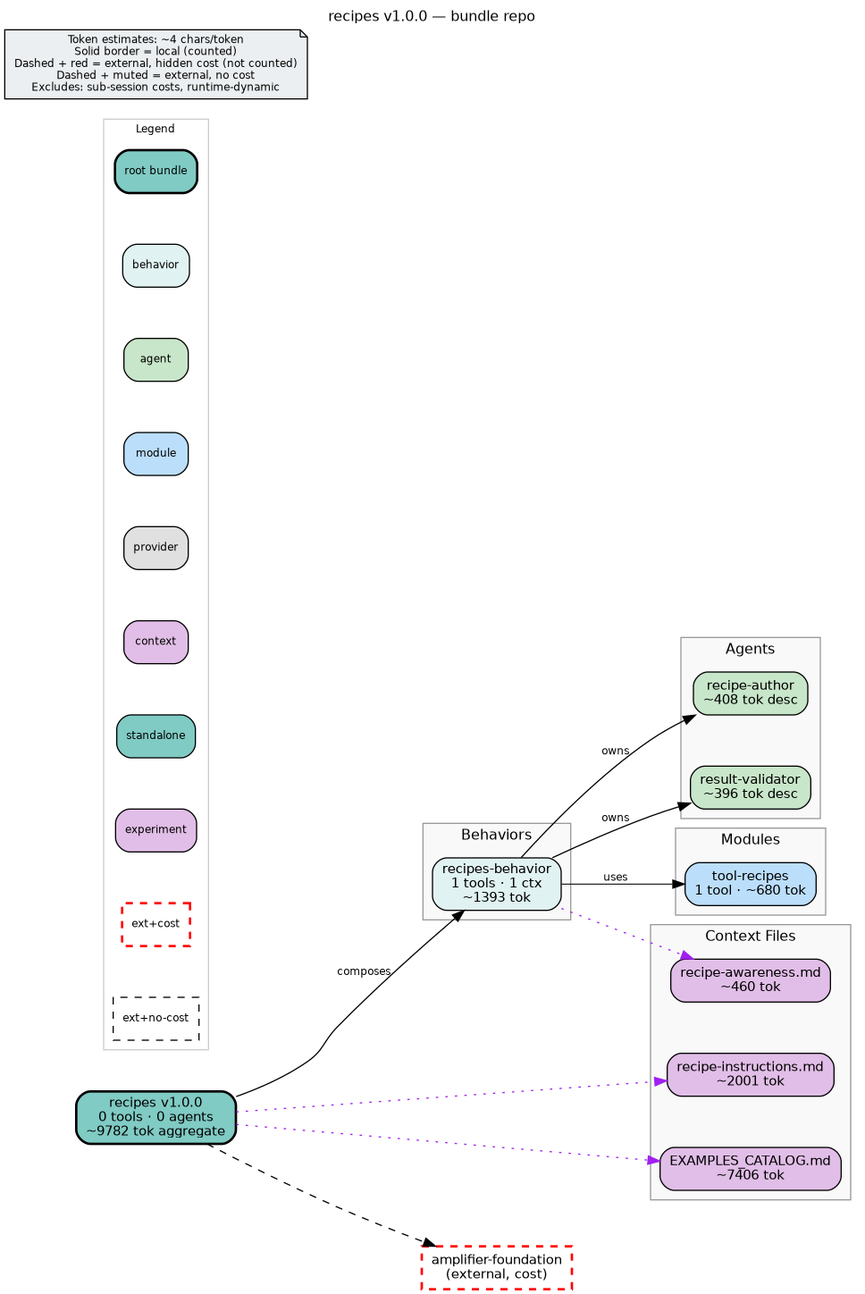
The Graphviz diagram bundle.png in microsoft/amplifier-bundle-recipes, before a commit. Its source is kept beside it as bundle.dot.
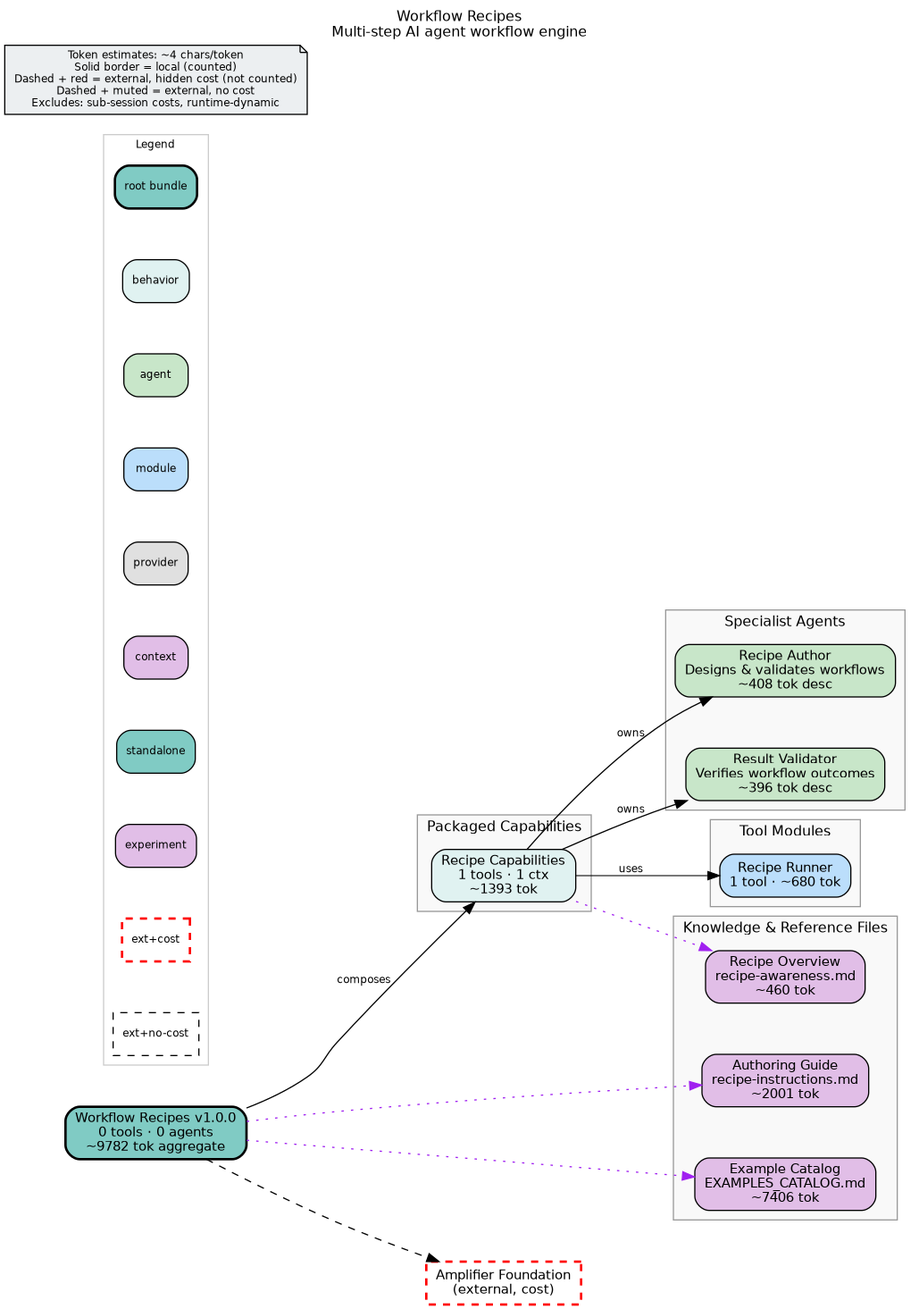
After the commit.

Commit message:
docs: regenerate bundle.dot and bundle.png with latest structural data

Regenerated visualizations reflect all recent recipe and documentation updates.

Generated with Amplifier

Change to the diagram source:
```diff
@@ -2,7 +2,7 @@
     rankdir=LR
     fontname="Helvetica"
     fontsize=12
-    label="recipes v1.0.0 — bundle repo"
+    label="Workflow Recipes\nMulti-step AI agent workflow engine"
     labelloc=t
     labeljust=c
     nodesep=0.6
@@ -13,45 +13,45 @@
     node [fontname="Helvetica", fontsize=11, style="filled,rounded"]
     edge [fontname="Helvetica", fontsize=9]
 
-    root_recipes [label="recipes v1.0.0\n0 tools · 0 agents\n~9782 tok aggregate", shape=box, fillcolor="#80cbc4", style="filled,rounded,bold", penwidth=2]
+    root_recipes [label="Workflow Recipes v1.0.0\n0 tools · 0 agents\n~9782 tok aggregate", shape=box, fillcolor="#80cbc4", style="filled,rounded,bold", penwidth=2]
 
     subgraph cluster_behaviors {
-        label="Behaviors"
+        label="Packaged Capabilities"
         style="filled"
         fillcolor="#f9f9f9"
         color="#999999"
 
-        beh_recipes_behavior [label="recipes-behavior\n1 tools · 1 ctx\n~1393 tok", shape=box, fillcolor="#e0f2f1", style="filled,rounded"]
+        beh_recipes_behavior [label="Recipe Capabilities\n1 tools · 1 ctx\n~1393 tok", shape=box, fillcolor="#e0f2f1", style="filled,rounded"]
     }
 
     subgraph cluster_agents {
-        label="Agents"
+        label="Specialist Agents"
         style="filled"
         fillcolor="#f9f9f9"
         color="#999999"
 
-        agt_recipe_author [label="recipe-author\n~408 tok desc", shape=box, fillcolor="#c8e6c9", style="filled,rounded"]
-        agt_result_validator [label="result-validator\n~396 tok desc", shape=box, fillcolor="#c8e6c9", style="filled,rounded"]
+        agt_recipe_author [label="Recipe Author\nDesigns & validates workflows\n~408 tok desc", shape=box, fillcolor="#c8e6c9", style="filled,rounded"]
+        agt_result_validator [label="Result Validator\nVerifies workflow outcomes\n~396 tok desc", shape=box, fillcolor="#c8e6c9", style="filled,rounded"]
     }
 
     subgraph cluster_modules {
-        label="Modules"
+        label="Tool Modules"
         style="filled"
         fillcolor="#f9f9f9"
         color="#999999"
 
-        mod_tool_recipes [label="tool-recipes\n1 tool · ~680 tok", shape=box, fillcolor="#bbdefb", style="filled,rounded"]
+        mod_tool_recipes [label="Recipe Runner\n1 tool · ~680 tok", shape=box, fillcolor="#bbdefb", style="filled,rounded"]
     }
 
     subgraph cluster_context {
-        label="Context Files"
+        label="Knowledge & Reference Files"
         style="filled"
         fillcolor="#f9f9f9"
         color="#999999"
 
-        ctx_recipe_awareness_md [label="recipe-awareness.md\n~460 tok", shape=box, fillcolor="#e1bee7", style="filled,rounded"]
-        ctx_recipe_instructions_md [label="recipe-instructions.md\n~2001 tok", shape=box, fillcolor="#e1bee7", style="filled,rounded"]
-        ctx_EXAMPLES_CATALOG_md [label="EXAMPLES_CATALOG.md\n~7406 tok", shape=box, fillcolor="#e1bee7", style="filled,rounded"]
+        ctx_recipe_awareness_md [label="Recipe Overview\nrecipe-awareness.md\n~460 tok", shape=box, fillcolor="#e1bee7", style="filled,rounded"]
+        ctx_recipe_instructions_md [label="Authoring Guide\nrecipe-instructions.md\n~2001 tok", shape=box, fillcolor="#e1bee7", style="filled,rounded"]
+        ctx_EXAMPLES_CATALOG_md [label="Example Catalog\nEXAMPLES_CATALOG.md\n~7406 tok", shape=box, fillcolor="#e1bee7", style="filled,rounded"]
     }
 
     subgraph cluster_legend {
@@ -75,7 +75,7 @@
 
     disclaimer [label="Token estimates: ~4 chars/token\nSolid border = local (counted)\nDashed + red = external, hidden cost (not counted)\nDashed + muted = external, no cost\nExcludes: sub-session costs, runtime-dynamic", shape=note, fillcolor="#eceff1", style="filled", fontsize=9]
 
-    ext_githttps___github_com_microsoft_amplifier_foundation_main [label="amplifier-foundation\n(external, cost)", shape=box, fillcolor="#80cbc4", style="dashed", color="red", penwidth=2]
+    ext_githttps___github_com_microsoft_amplifier_foundation_main [label="Amplifier Foundation\n(external, cost)", shape=box, fillcolor="#80cbc4", style="dashed", color="red", penwidth=2]
 
     root_recipes -> ext_githttps___github_com_microsoft_amplifier_foundation_main [style=dashed]
     root_recipes -> beh_recipes_behavior [label="composes"]
```
